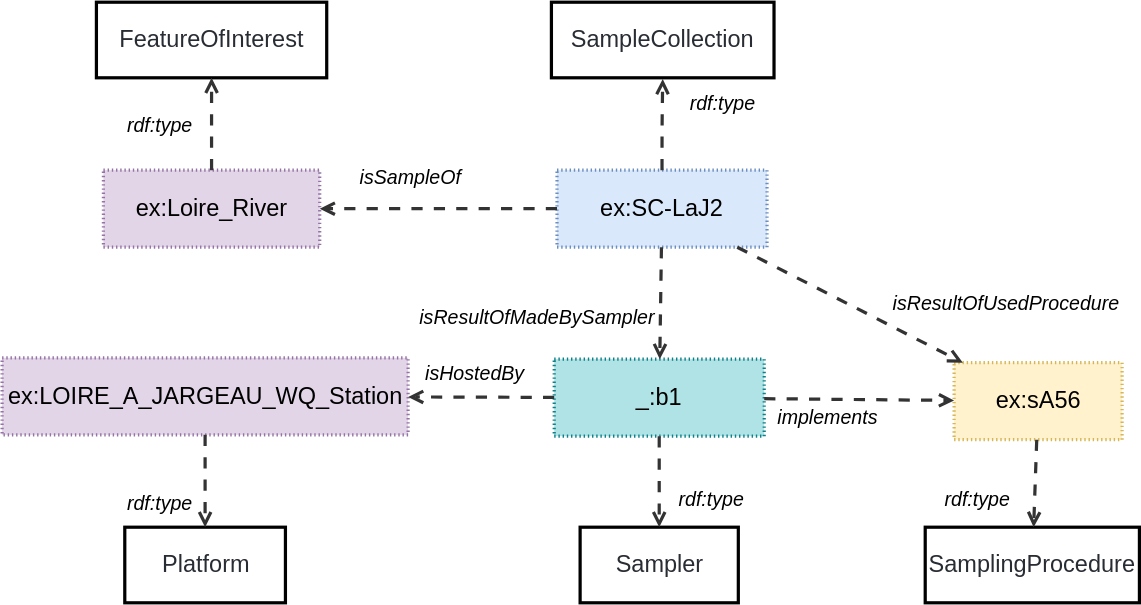
The draw.io diagram ssn/images/PlannedSampleCollection.svg in afeliachi/sdw-sosa-ssn, before a commit. Source tidied: cells renumbered, new cells last; positions are measured from the earlier drawing's top-left corner, leaving out a move shared by most shapes. Its diagram source:
```xml
<mxGraphModel>
  <root>
    <mxCell id="0" />
    <mxCell id="1" parent="0" />
    <mxCell id="2" value="ex:SC-LaJ2" style="html=1;overflow=block;blockSpacing=1;whiteSpace=wrap;fontSize=16.8;align=center;spacing=0;strokeOpacity=100;fillColor=#dae8fc;dashed=1;fixDash=1;dashPattern=1 2;strokeWidth=2.3;strokeColor=#6c8ebf;" parent="1" vertex="1">
      <mxGeometry x="396.4" y="120" width="150" height="55" as="geometry" />
    </mxCell>
    <mxCell id="3" value="SampleCollection" style="html=1;overflow=block;blockSpacing=1;whiteSpace=wrap;fontSize=16.8;fontColor=#282c33;align=center;spacing=0;strokeOpacity=100;fillColor=none;strokeWidth=2.3;" parent="1" vertex="1">
      <mxGeometry x="392.4" width="159" height="54" as="geometry" />
    </mxCell>
    <mxCell id="4" style="html=1;jettySize=18;whiteSpace=wrap;fontSize=13;strokeColor=#333333;strokeOpacity=100;dashed=1;fixDash=1;dashPattern=8 8;strokeWidth=2.3;rounded=1;arcSize=24;edgeStyle=orthogonalEdgeStyle;startArrow=none;endArrow=open;exitX=0.5;exitY=0;entryX=0.5;entryY=1.016;entryPerimeter=0;lucidId=NyNQDuX1wnY7;exitDx=0;exitDy=0;" parent="1" edge="1" source="2" target="3">
      <mxGeometry relative="1" as="geometry" />
    </mxCell>
    <mxCell id="5" value="rdf:type" style="html=1;overflow=block;blockSpacing=1;whiteSpace=wrap;fontSize=14;fontStyle=2;align=center;spacing=0;strokeColor=none;strokeOpacity=100;fillOpacity=100;fillColor=none;strokeWidth=2.3;lucidId=ZyNQdXScJ7d8;" parent="1" vertex="1">
      <mxGeometry x="477.4" y="57" width="75" height="30" as="geometry" />
    </mxCell>
    <mxCell id="6" value="ex:Loire_River" style="html=1;overflow=block;blockSpacing=1;whiteSpace=wrap;fontSize=16.8;align=center;spacing=0;strokeOpacity=100;fillColor=#e1d5e7;dashed=1;fixDash=1;dashPattern=1 2;strokeWidth=2.3;strokeColor=#9673a6;" parent="1" vertex="1">
      <mxGeometry x="72.4" y="120" width="154.5" height="55" as="geometry" />
    </mxCell>
    <mxCell id="7" style="html=1;jettySize=18;whiteSpace=wrap;fontSize=13;strokeColor=#333333;strokeOpacity=100;dashed=1;fixDash=1;dashPattern=8 8;strokeWidth=2.3;rounded=0;arcSize=24;startArrow=none;endArrow=open;lucidId=a.MQUB3mGXbf;exitX=0;exitY=0.5;exitDx=0;exitDy=0;" parent="1" edge="1" source="2" target="6">
      <mxGeometry relative="1" as="geometry" />
    </mxCell>
    <mxCell id="8" value="isSampleOf" style="html=1;overflow=block;blockSpacing=1;whiteSpace=wrap;fontSize=14;fontStyle=2;align=center;spacing=0;strokeColor=none;strokeOpacity=100;fillOpacity=100;fillColor=none;strokeWidth=2.3;lucidId=a.MQIzYVmevB;" parent="1" vertex="1">
      <mxGeometry x="254.4" y="110" width="75" height="30" as="geometry" />
    </mxCell>
    <mxCell id="9" value="FeatureOfInterest" style="html=1;overflow=block;blockSpacing=1;whiteSpace=wrap;fontSize=16.8;fontColor=#282c33;align=center;spacing=0;strokeOpacity=100;fillColor=none;strokeWidth=2.3;" parent="1" vertex="1">
      <mxGeometry x="67.4" width="164.5" height="54" as="geometry" />
    </mxCell>
    <mxCell id="10" value="rdf:type" style="html=1;overflow=block;blockSpacing=1;whiteSpace=wrap;fontSize=14;fontStyle=2;align=center;spacing=0;strokeColor=none;strokeOpacity=100;fillOpacity=100;fillColor=none;strokeWidth=2.3;lucidId=-xNQJ~mzVZk9;" parent="1" vertex="1">
      <mxGeometry x="74.9" y="73" width="75" height="30" as="geometry" />
    </mxCell>
    <mxCell id="11" style="html=1;jettySize=18;whiteSpace=wrap;fontSize=13;strokeColor=#333333;strokeOpacity=100;dashed=1;fixDash=1;dashPattern=8 8;strokeWidth=2.3;rounded=0;startArrow=none;endArrow=open;lucidId=XvNQ3zJcAKRb;" parent="1" edge="1" source="6" target="9">
      <mxGeometry relative="1" as="geometry" />
    </mxCell>
    <mxCell id="12" value="_:b1" style="html=1;overflow=block;blockSpacing=1;whiteSpace=wrap;fontSize=16.8;align=center;spacing=0;strokeOpacity=100;fillColor=#b0e3e6;dashed=1;fixDash=1;dashPattern=1 2;strokeWidth=2.3;strokeColor=#0e8088;" parent="1" vertex="1">
      <mxGeometry x="394.4" y="255" width="150" height="55" as="geometry" />
    </mxCell>
    <mxCell id="13" value="Sampler" style="html=1;overflow=block;blockSpacing=1;whiteSpace=wrap;fontSize=16.8;fontColor=#282c33;align=center;spacing=0;strokeOpacity=100;fillColor=none;strokeWidth=2.3;" parent="1" vertex="1">
      <mxGeometry x="412.9" y="375" width="113" height="54" as="geometry" />
    </mxCell>
    <mxCell id="14" style="html=1;jettySize=18;whiteSpace=wrap;fontSize=13;strokeColor=#333333;strokeOpacity=100;dashed=1;fixDash=1;dashPattern=8 8;strokeWidth=2.3;rounded=1;arcSize=24;startArrow=none;endArrow=open;lucidId=NyNQDuX1wnY7;" parent="1" edge="1" source="12" target="13">
      <mxGeometry relative="1" as="geometry" />
    </mxCell>
    <mxCell id="15" value="rdf:type" style="html=1;overflow=block;blockSpacing=1;whiteSpace=wrap;fontSize=14;fontStyle=2;align=center;spacing=0;strokeColor=none;strokeOpacity=100;fillOpacity=100;fillColor=none;strokeWidth=2.3;lucidId=ZyNQdXScJ7d8;" parent="1" vertex="1">
      <mxGeometry x="659.4" y="340" width="75" height="30" as="geometry" />
    </mxCell>
    <mxCell id="16" style="html=1;jettySize=18;whiteSpace=wrap;fontSize=13;strokeColor=#333333;strokeOpacity=100;dashed=1;fixDash=1;dashPattern=8 8;strokeWidth=2.3;rounded=1;arcSize=24;startArrow=none;endArrow=open;lucidId=NyNQDuX1wnY7;" parent="1" edge="1" source="2" target="12">
      <mxGeometry relative="1" as="geometry" />
    </mxCell>
    <mxCell id="17" value="isResultOfMadeBySampler" style="html=1;overflow=block;blockSpacing=1;whiteSpace=wrap;fontSize=14;fontStyle=2;align=center;spacing=0;strokeColor=none;strokeOpacity=100;fillOpacity=100;fillColor=none;strokeWidth=2.3;lucidId=a.MQIzYVmevB;" parent="1" vertex="1">
      <mxGeometry x="287.4" y="210" width="190" height="30" as="geometry" />
    </mxCell>
    <mxCell id="18" value="ex:LOIRE_A_JARGEAU_WQ_Station" style="html=1;overflow=block;blockSpacing=1;whiteSpace=wrap;fontSize=16.8;align=center;spacing=0;strokeOpacity=100;fillColor=#e1d5e7;dashed=1;fixDash=1;dashPattern=1 2;strokeWidth=2.3;strokeColor=#9673a6;" parent="1" vertex="1">
      <mxGeometry y="254" width="290" height="55" as="geometry" />
    </mxCell>
    <mxCell id="19" value="Platform" style="html=1;overflow=block;blockSpacing=1;whiteSpace=wrap;fontSize=16.8;fontColor=#282c33;align=center;spacing=0;strokeOpacity=100;fillColor=none;strokeWidth=2.3;" parent="1" vertex="1">
      <mxGeometry x="87.6" y="375" width="114.8" height="54" as="geometry" />
    </mxCell>
    <mxCell id="20" value="rdf:type" style="html=1;overflow=block;blockSpacing=1;whiteSpace=wrap;fontSize=14;fontStyle=2;align=center;spacing=0;strokeColor=none;strokeOpacity=100;fillOpacity=100;fillColor=none;strokeWidth=2.3;lucidId=-xNQJ~mzVZk9;" parent="1" vertex="1">
      <mxGeometry x="75" y="342.5" width="75" height="30" as="geometry" />
    </mxCell>
    <mxCell id="21" style="html=1;jettySize=18;whiteSpace=wrap;fontSize=13;strokeColor=#333333;strokeOpacity=100;dashed=1;fixDash=1;dashPattern=8 8;strokeWidth=2.3;rounded=0;startArrow=none;endArrow=open;lucidId=XvNQ3zJcAKRb;" parent="1" edge="1" source="18" target="19">
      <mxGeometry relative="1" as="geometry" />
    </mxCell>
    <mxCell id="22" value="ex:sA56" style="html=1;overflow=block;blockSpacing=1;whiteSpace=wrap;fontSize=16.8;align=center;spacing=0;strokeOpacity=100;fillColor=#fff2cc;dashed=1;fixDash=1;dashPattern=1 2;strokeWidth=2.3;strokeColor=#d6b656;" parent="1" vertex="1">
      <mxGeometry x="680" y="257.5" width="120" height="55" as="geometry" />
    </mxCell>
    <mxCell id="23" value="SamplingProcedure" style="html=1;overflow=block;blockSpacing=1;whiteSpace=wrap;fontSize=16.8;fontColor=#282c33;align=center;spacing=0;strokeOpacity=100;fillColor=none;strokeWidth=2.3;" parent="1" vertex="1">
      <mxGeometry x="659.4" y="375" width="153" height="54" as="geometry" />
    </mxCell>
    <mxCell id="24" style="html=1;jettySize=18;whiteSpace=wrap;fontSize=13;strokeColor=#333333;strokeOpacity=100;dashed=1;fixDash=1;dashPattern=8 8;strokeWidth=2.3;rounded=1;arcSize=24;startArrow=none;endArrow=open;lucidId=NyNQDuX1wnY7;" parent="1" edge="1" source="22" target="23">
      <mxGeometry relative="1" as="geometry" />
    </mxCell>
    <mxCell id="25" value="rdf:type" style="html=1;overflow=block;blockSpacing=1;whiteSpace=wrap;fontSize=14;fontStyle=2;align=center;spacing=0;strokeColor=none;strokeOpacity=100;fillOpacity=100;fillColor=none;strokeWidth=2.3;lucidId=ZyNQdXScJ7d8;" parent="1" vertex="1">
      <mxGeometry x="469.4" y="340" width="75" height="30" as="geometry" />
    </mxCell>
    <mxCell id="26" style="html=1;jettySize=18;whiteSpace=wrap;fontSize=13;strokeColor=#333333;strokeOpacity=100;dashed=1;fixDash=1;dashPattern=8 8;strokeWidth=2.3;rounded=1;arcSize=24;startArrow=none;endArrow=open;lucidId=NyNQDuX1wnY7;" parent="1" edge="1" source="12" target="22">
      <mxGeometry relative="1" as="geometry" />
    </mxCell>
    <mxCell id="27" value="implements" style="html=1;overflow=block;blockSpacing=1;whiteSpace=wrap;fontSize=14;fontStyle=2;align=center;spacing=0;strokeColor=none;strokeOpacity=100;fillOpacity=100;fillColor=none;strokeWidth=2.3;lucidId=ZyNQdXScJ7d8;" parent="1" vertex="1">
      <mxGeometry x="552.4" y="281" width="75" height="30" as="geometry" />
    </mxCell>
    <mxCell id="28" style="html=1;jettySize=18;whiteSpace=wrap;fontSize=13;strokeColor=#333333;strokeOpacity=100;dashed=1;fixDash=1;dashPattern=8 8;strokeWidth=2.3;rounded=0;arcSize=24;startArrow=none;endArrow=open;lucidId=a.MQUB3mGXbf;" parent="1" edge="1" source="12" target="18">
      <mxGeometry relative="1" as="geometry" />
    </mxCell>
    <mxCell id="29" value="isHostedBy" style="html=1;overflow=block;blockSpacing=1;whiteSpace=wrap;fontSize=14;fontStyle=2;align=center;spacing=0;strokeColor=none;strokeOpacity=100;fillOpacity=100;fillColor=none;strokeWidth=2.3;lucidId=a.MQIzYVmevB;" parent="1" vertex="1">
      <mxGeometry x="300" y="250" width="75" height="30" as="geometry" />
    </mxCell>
    <mxCell id="30" style="html=1;jettySize=18;whiteSpace=wrap;fontSize=13;strokeColor=#333333;strokeOpacity=100;dashed=1;fixDash=1;dashPattern=8 8;strokeWidth=2.3;rounded=1;arcSize=24;startArrow=none;endArrow=open;lucidId=NyNQDuX1wnY7;" parent="1" edge="1" source="2" target="22">
      <mxGeometry relative="1" as="geometry" />
    </mxCell>
    <mxCell id="31" value="isResultOfUsedProcedure" style="html=1;overflow=block;blockSpacing=1;whiteSpace=wrap;fontSize=14;fontStyle=2;align=center;spacing=0;strokeColor=none;strokeOpacity=100;fillOpacity=100;fillColor=none;strokeWidth=2.3;lucidId=a.MQIzYVmevB;" parent="1" vertex="1">
      <mxGeometry x="622.4" y="200" width="190" height="30" as="geometry" />
    </mxCell>
  </root>
</mxGraphModel>
```
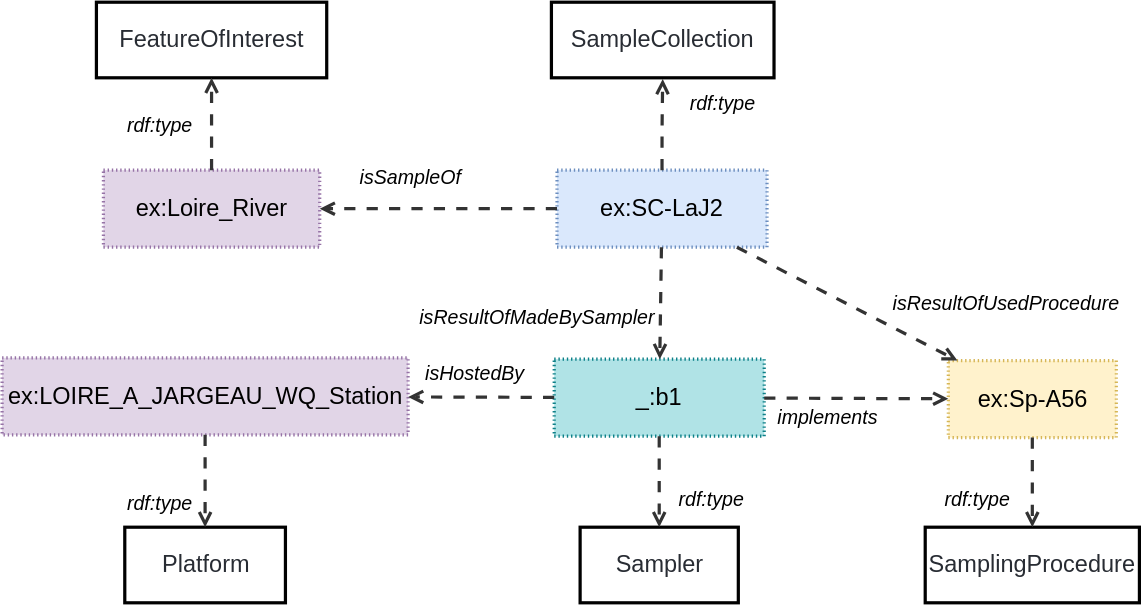
After the change.

Change to the diagram source:
```diff
@@ -62,8 +62,8 @@
     <mxCell id="21" style="html=1;jettySize=18;whiteSpace=wrap;fontSize=13;strokeColor=#333333;strokeOpacity=100;dashed=1;fixDash=1;dashPattern=8 8;strokeWidth=2.3;rounded=0;startArrow=none;endArrow=open;lucidId=XvNQ3zJcAKRb;" parent="1" edge="1" source="18" target="19">
       <mxGeometry relative="1" as="geometry" />
     </mxCell>
-    <mxCell id="22" value="ex:sA56" style="html=1;overflow=block;blockSpacing=1;whiteSpace=wrap;fontSize=16.8;align=center;spacing=0;strokeOpacity=100;fillColor=#fff2cc;dashed=1;fixDash=1;dashPattern=1 2;strokeWidth=2.3;strokeColor=#d6b656;" parent="1" vertex="1">
-      <mxGeometry x="680" y="257.5" width="120" height="55" as="geometry" />
+    <mxCell id="22" value="ex:Sp-A56" style="html=1;overflow=block;blockSpacing=1;whiteSpace=wrap;fontSize=16.8;align=center;spacing=0;strokeOpacity=100;fillColor=#fff2cc;dashed=1;fixDash=1;dashPattern=1 2;strokeWidth=2.3;strokeColor=#d6b656;" parent="1" vertex="1">
+      <mxGeometry x="675.9" y="256" width="120" height="55" as="geometry" />
     </mxCell>
     <mxCell id="23" value="SamplingProcedure" style="html=1;overflow=block;blockSpacing=1;whiteSpace=wrap;fontSize=16.8;fontColor=#282c33;align=center;spacing=0;strokeOpacity=100;fillColor=none;strokeWidth=2.3;" parent="1" vertex="1">
       <mxGeometry x="659.4" y="375" width="153" height="54" as="geometry" />
```
